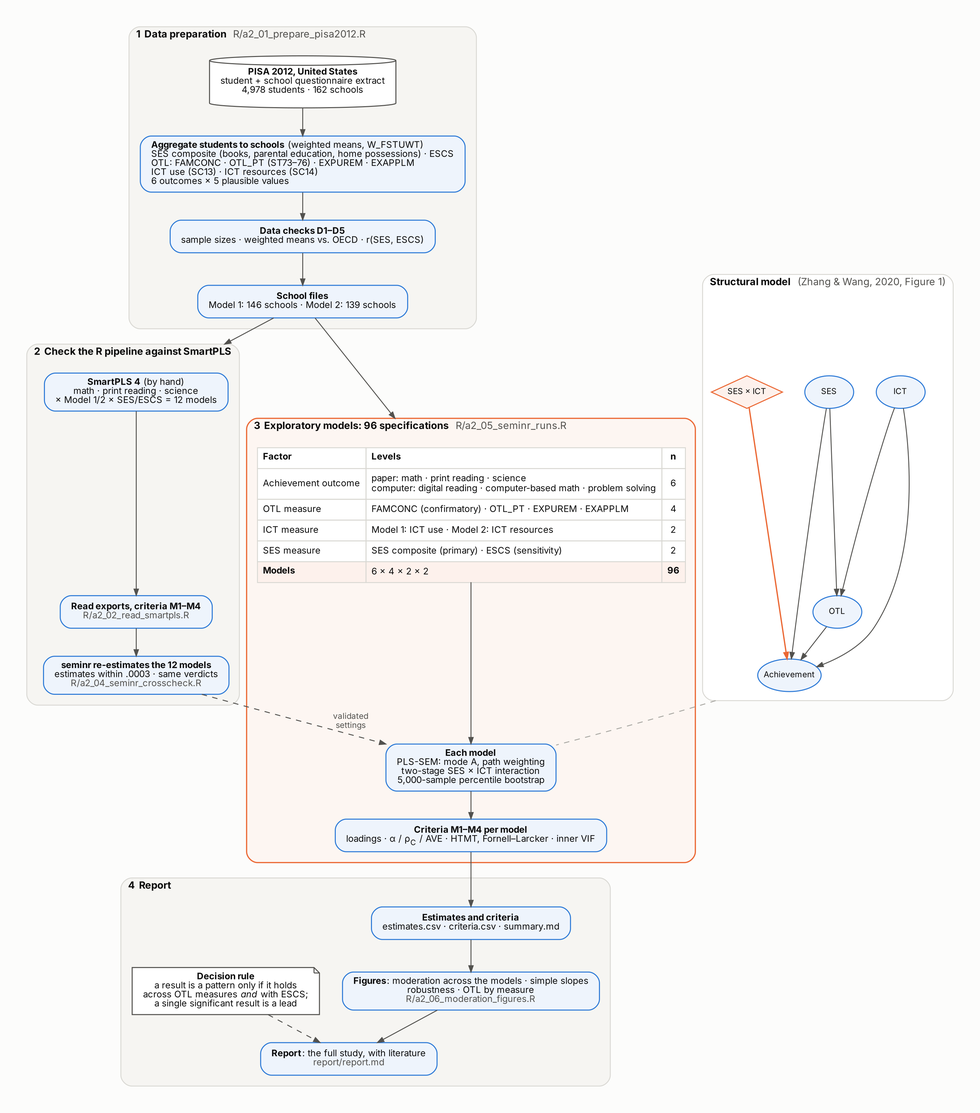
Earlier version of the Graphviz export report/figures/fig0_design_flowchart.png (wangqiu-syr/ses-olt-achievement-TIMSS2011vsPISA2012). Its source is kept beside it as report/figures/fig0_design_flowchart.dot.
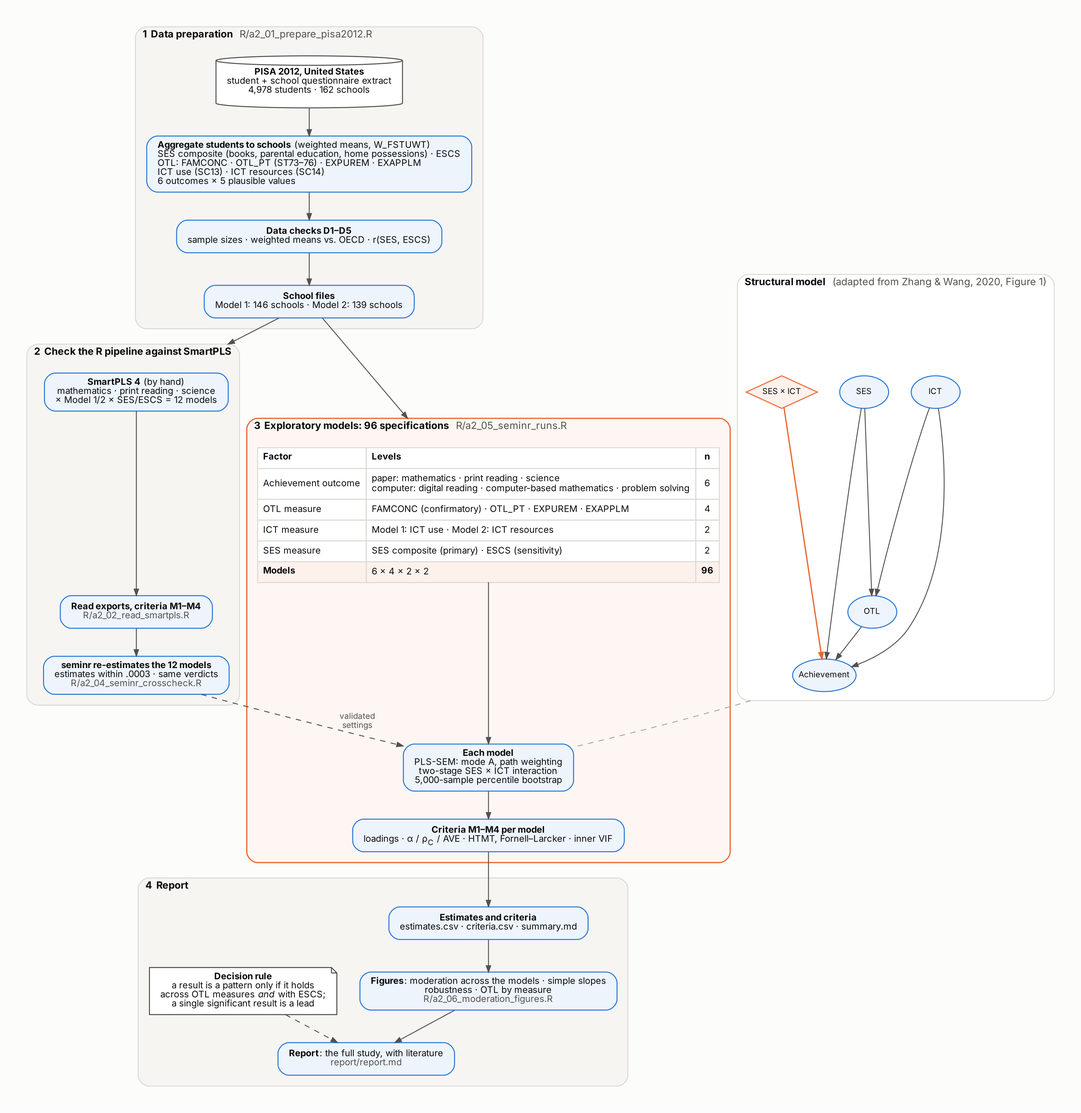
Above is the later version.

Commit message:
"Mathematics" throughout; Figure 0 model "adapted from" Zhang & Wang (2020)

What changed in the source:
```diff
@@ -19,14 +19,14 @@
   subgraph cluster_valid {
     label=<<B>2  Check the R pipeline against SmartPLS</B>>;
     style="rounded,filled"; color="#d9d8d3"; fillcolor="#f6f5f2"; fontcolor="#0b0b0b"; margin=12;
-    smartpls [label=<<B>SmartPLS 4</B> (by hand)<BR/>math · print reading · science<BR/>× Model 1/2 × SES/ESCS = 12 models>];
+    smartpls [label=<<B>SmartPLS 4</B> (by hand)<BR/>mathematics · print reading · science<BR/>× Model 1/2 × SES/ESCS = 12 models>];
     readsp   [label=<<B>Read exports, criteria M1–M4</B><BR/><FONT COLOR="#52514e">R/a2_02_read_smartpls.R</FONT>>];
     cross    [label=<<B>seminr re-estimates the 12 models</B><BR/>estimates within .0003 · same verdicts<BR/><FONT COLOR="#52514e">R/a2_04_seminr_crosscheck.R</FONT>>];
     smartpls -> readsp -> cross;
   }
 
   subgraph cluster_model {
-    label=<<B>Structural model</B>  <FONT COLOR="#52514e">(Zhang &amp; Wang, 2020, Figure 1)</FONT>>;
+    label=<<B>Structural model</B>  <FONT COLOR="#52514e">(adapted from Zhang &amp; Wang, 2020, Figure 1)</FONT>>;
     style="rounded,filled"; color="#d9d8d3"; fillcolor="#ffffff"; fontcolor="#0b0b0b"; margin=10;
     node [shape=ellipse, style="filled", fillcolor="#eef4fc", color="#2a78d6", margin="0.06,0.03", fontsize=9];
     mSES [label="SES"]; mICT [label="ICT"]; mOTL [label="OTL"]; mACH [label="Achievement"];
@@ -44,7 +44,7 @@
     factors [shape=plain, style="", label=<
       <TABLE BORDER="0" CELLBORDER="1" CELLSPACING="0" CELLPADDING="5" COLOR="#d9d8d3" BGCOLOR="#ffffff">
         <TR><TD ALIGN="LEFT"><B>Factor</B></TD><TD ALIGN="LEFT"><B>Levels</B></TD><TD><B>n</B></TD></TR>
-        <TR><TD ALIGN="LEFT">Achievement outcome</TD><TD ALIGN="LEFT">paper: math · print reading · science<BR ALIGN="LEFT"/>computer: digital reading · computer-based math · problem solving<BR ALIGN="LEFT"/></TD><TD>6</TD></TR>
+        <TR><TD ALIGN="LEFT">Achievement outcome</TD><TD ALIGN="LEFT">paper: mathematics · print reading · science<BR ALIGN="LEFT"/>computer: digital reading · computer-based mathematics · problem solving<BR ALIGN="LEFT"/></TD><TD>6</TD></TR>
         <TR><TD ALIGN="LEFT">OTL measure</TD><TD ALIGN="LEFT">FAMCONC (confirmatory) · OTL_PT · EXPUREM · EXAPPLM</TD><TD>4</TD></TR>
         <TR><TD ALIGN="LEFT">ICT measure</TD><TD ALIGN="LEFT">Model 1: ICT use · Model 2: ICT resources</TD><TD>2</TD></TR>
         <TR><TD ALIGN="LEFT">SES measure</TD><TD ALIGN="LEFT">SES composite (primary) · ESCS (sensitivity)</TD><TD>2</TD></TR>
```
